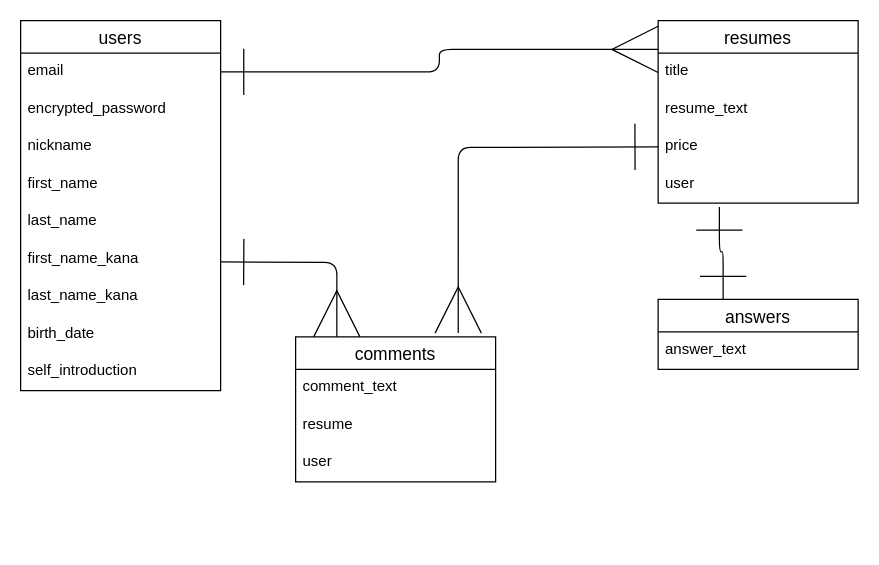
This is ER図.dio from kiyotech/originalapp38804, a draw.io file, before an edit. Source tidied: cells renumbered, new cells numbered last; positions are measured from the earlier drawing's top-left corner, leaving out a move shared by most shapes. Both pictures are drawn from the tidied source at 125%, with x=0, y=0 at pixel (20, 20).
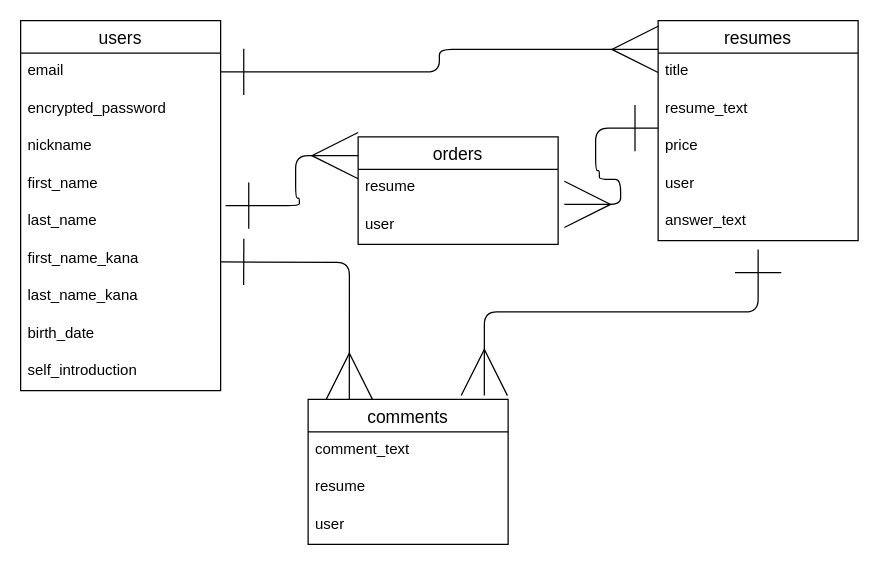
The same diagram, later.

Unchanged cells that the change refers to:
```xml
<mxCell id="7" value="last_name" style="text;strokeColor=none;fillColor=none;spacingLeft=4;spacingRight=4;overflow=hidden;points=[[0,0.5],[1,0.5]];portConstraint=eastwest;fontSize=12;" parent="2" vertex="1">
  <mxGeometry y="146" width="160" height="30" as="geometry" />
</mxCell>
<mxCell id="14" value="resume_text" style="text;strokeColor=none;fillColor=none;spacingLeft=4;spacingRight=4;overflow=hidden;points=[[0,0.5],[1,0.5]];portConstraint=eastwest;fontSize=12;" parent="12" vertex="1">
  <mxGeometry y="56" width="160" height="30" as="geometry" />
</mxCell>
```

Diff of the diagram source:
```diff
@@
     <mxCell id="12" value="resumes" style="swimlane;fontStyle=0;horizontal=1;startSize=26;align=center;fontSize=14;" parent="1" vertex="1">
-      <mxGeometry x="510" width="160" height="146" as="geometry" />
+      <mxGeometry x="510" width="160" height="176" as="geometry" />
     </mxCell>
@@
+    <mxCell id="27" value="answer_text" style="text;strokeColor=none;fillColor=none;spacingLeft=4;spacingRight=4;overflow=hidden;fontSize=12;" parent="12" vertex="1">
+      <mxGeometry y="146" width="160" height="30" as="geometry" />
+    </mxCell>
     <mxCell id="17" value="comments" style="swimlane;fontStyle=0;horizontal=1;startSize=26;align=center;fontSize=14;" parent="1" vertex="1">
-      <mxGeometry x="220" y="253" width="160" height="116" as="geometry" />
+      <mxGeometry x="230" y="303" width="160" height="116" as="geometry" />
     </mxCell>
@@
-    <mxCell id="22" style="edgeStyle=orthogonalEdgeStyle;html=1;exitX=0;exitY=0.5;exitDx=0;exitDy=0;entryX=0.813;entryY=-0.026;entryDx=0;entryDy=0;entryPerimeter=0;startArrow=ERone;startFill=0;endArrow=ERmany;endFill=0;startSize=35;endSize=35;targetPerimeterSpacing=7;" parent="1" edge="1" target="17">
+    <mxCell id="22" style="edgeStyle=orthogonalEdgeStyle;html=1;startArrow=ERone;startFill=0;endArrow=ERmany;endFill=0;startSize=35;endSize=35;targetPerimeterSpacing=7;entryX=0.881;entryY=-0.026;entryDx=0;entryDy=0;entryPerimeter=0;" parent="1" edge="1" target="17">
       <mxGeometry relative="1" as="geometry">
-        <mxPoint x="510" y="101" as="sourcePoint" />
+        <mxPoint x="590" y="183" as="sourcePoint" />
+        <Array as="points">
+          <mxPoint x="590" y="233" />
+          <mxPoint x="371" y="233" />
+        </Array>
       </mxGeometry>
     </mxCell>
@@
-    <mxCell id="24" value="answers" style="swimlane;fontStyle=0;horizontal=1;startSize=26;align=center;fontSize=14;" parent="1" vertex="1">
-      <mxGeometry x="510" y="223" width="160" height="56" as="geometry" />
+    <mxCell id="24" value="orders" style="swimlane;fontStyle=0;horizontal=1;startSize=26;align=center;fontSize=14;" parent="1" vertex="1">
+      <mxGeometry x="270" y="93" width="160" height="86" as="geometry" />
     </mxCell>
+    <mxCell id="28" value="resume" style="text;strokeColor=none;fillColor=none;spacingLeft=4;spacingRight=4;overflow=hidden;fontSize=12;" parent="24" vertex="1">
+      <mxGeometry y="26" width="160" height="30" as="geometry" />
+    </mxCell>
-    <mxCell id="25" value="answer_text" style="text;strokeColor=none;fillColor=none;spacingLeft=4;spacingRight=4;overflow=hidden;points=[[0,0.5],[1,0.5]];portConstraint=eastwest;fontSize=12;" parent="24" vertex="1">
-      <mxGeometry y="26" width="160" height="30" as="geometry" />
+    <mxCell id="25" value="user" style="text;strokeColor=none;fillColor=none;spacingLeft=4;spacingRight=4;overflow=hidden;points=[[0,0.5],[1,0.5]];portConstraint=eastwest;fontSize=12;" parent="24" vertex="1">
+      <mxGeometry y="56" width="160" height="30" as="geometry" />
     </mxCell>
-    <mxCell id="26" style="edgeStyle=orthogonalEdgeStyle;html=1;exitX=0.306;exitY=1.1;exitDx=0;exitDy=0;entryX=0.325;entryY=0;entryDx=0;entryDy=0;entryPerimeter=0;startArrow=ERone;startFill=0;endArrow=ERone;endFill=0;startSize=35;endSize=35;targetPerimeterSpacing=7;exitPerimeter=0;" parent="1" edge="1">
+    <mxCell id="26" style="edgeStyle=orthogonalEdgeStyle;html=1;exitX=0;exitY=1;exitDx=0;exitDy=0;entryX=1.031;entryY=-0.067;entryDx=0;entryDy=0;entryPerimeter=0;startArrow=ERone;startFill=0;endArrow=ERmany;endFill=0;startSize=35;endSize=35;targetPerimeterSpacing=7;exitPerimeter=0;" parent="1" edge="1" source="14" target="25">
       <mxGeometry relative="1" as="geometry">
-        <mxPoint x="559" y="149" as="sourcePoint" />
-        <mxPoint x="562" y="223" as="targetPoint" />
         <Array as="points">
-          <mxPoint x="559" y="185" />
-          <mxPoint x="562" y="185" />
+          <mxPoint x="460" y="86" />
+          <mxPoint x="460" y="120" />
+          <mxPoint x="463" y="120" />
+          <mxPoint x="463" y="127" />
+          <mxPoint x="480" y="127" />
+          <mxPoint x="480" y="147" />
         </Array>
       </mxGeometry>
     </mxCell>
+    <mxCell id="29" style="edgeStyle=orthogonalEdgeStyle;html=1;exitX=0;exitY=1;exitDx=0;exitDy=0;entryX=1.025;entryY=0.067;entryDx=0;entryDy=0;entryPerimeter=0;startArrow=ERmany;startFill=0;endArrow=ERone;endFill=0;startSize=35;endSize=35;targetPerimeterSpacing=7;exitPerimeter=0;" parent="1" edge="1" target="7">
+      <mxGeometry relative="1" as="geometry">
+        <mxPoint x="270" y="108" as="sourcePoint" />
+        <Array as="points">
+          <mxPoint x="220" y="108" />
+          <mxPoint x="220" y="142" />
+          <mxPoint x="223" y="142" />
+          <mxPoint x="223" y="148" />
+        </Array>
+      </mxGeometry>
+    </mxCell>
```
